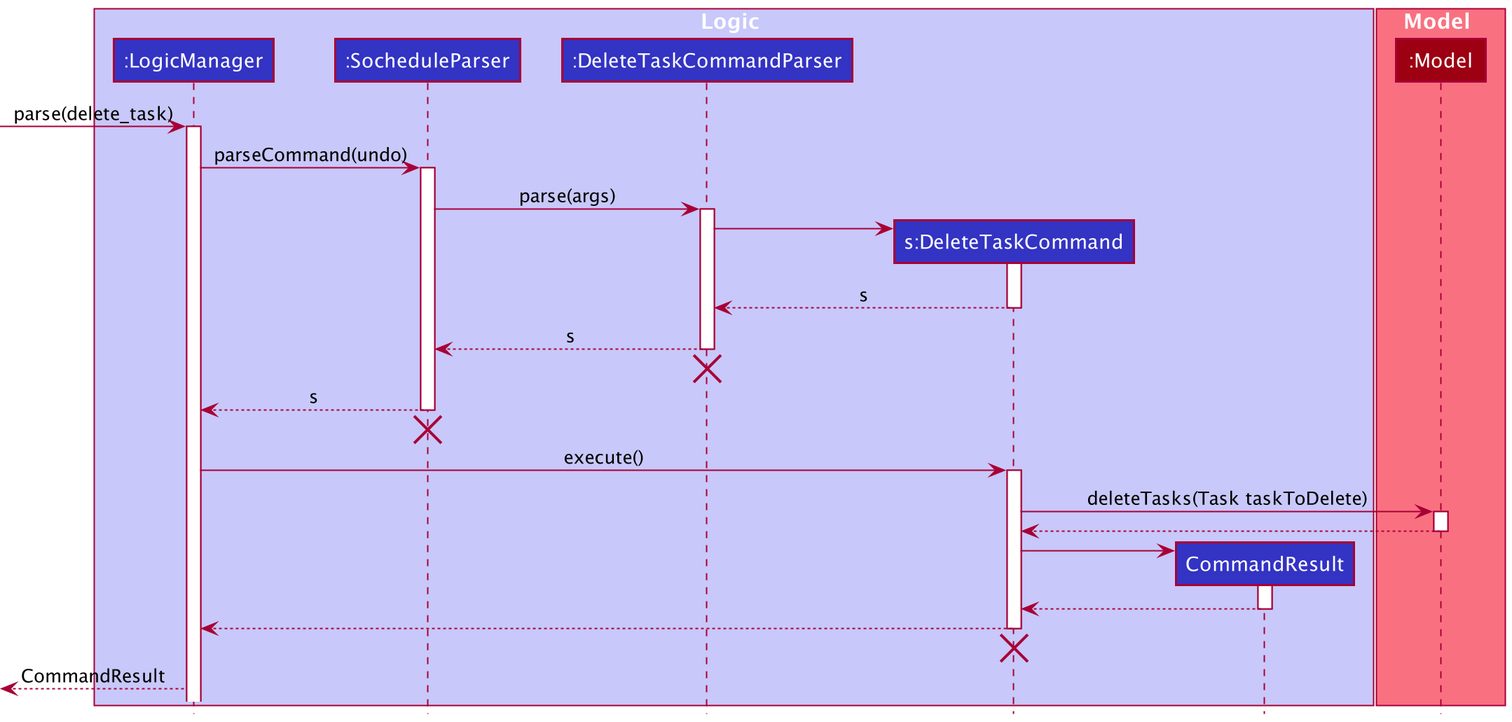
Earlier version of the PlantUML export docs/images/DeleteTaskCommandSequenceDiagram.png (nus-cs2103-AY2021S2/tp).
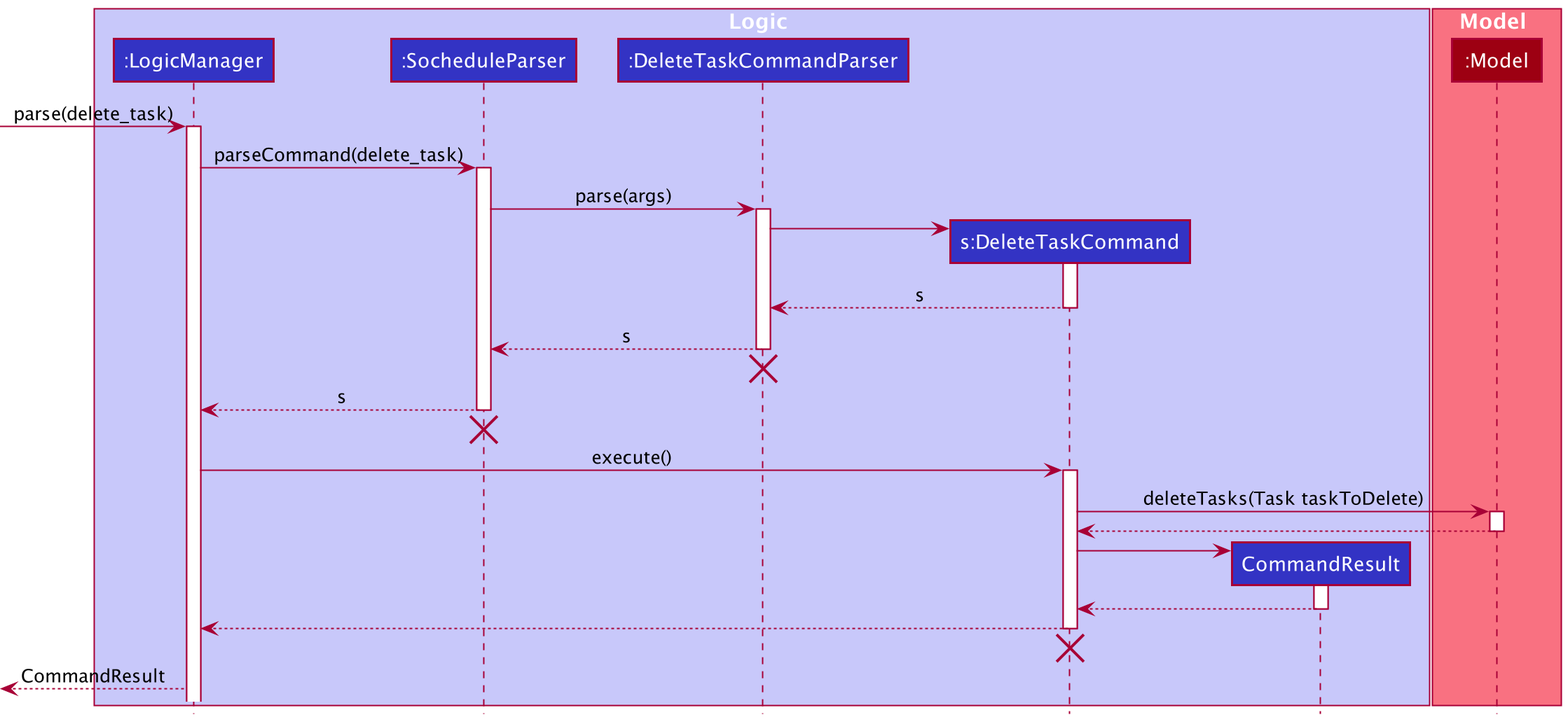
After the change.

Commit message:
Fix UG diagram error and update find free time related diagram

What changed in the source:
```diff
@@ -16,7 +16,7 @@
 [-> LogicManager : parse(delete_task)
 activate LogicManager
 
-LogicManager -> SocheduleParser : parseCommand(undo)
+LogicManager -> SocheduleParser : parseCommand(delete_task)
 activate SocheduleParser
 
 SocheduleParser -> DeleteTaskCommandParser: parse(args)
```
